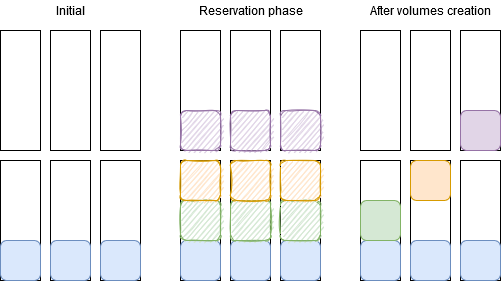
Earlier version of the draw.io export docs/proposals/images/ACR_limitations.png (dell/csi-baremetal). Source tidied: cells renumbered, new cells last; positions are measured from the earlier drawing's top-left corner, leaving out a move shared by most shapes.
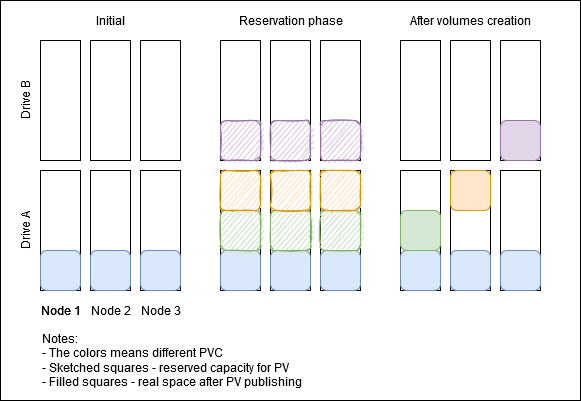
The same file after the commit.

What changed in the source:
```diff
@@ -2,6 +2,9 @@
   <root>
     <mxCell id="0" />
     <mxCell id="1" parent="0" />
+    <mxCell id="44" style="rounded=0;whiteSpace=wrap;html=1;" parent="1" vertex="1">
+      <mxGeometry x="-40" y="-10" width="580" height="400" as="geometry" />
+    </mxCell>
     <mxCell id="2" style="rounded=0;whiteSpace=wrap;html=1;" parent="1" vertex="1">
       <mxGeometry y="160" width="40" height="120" as="geometry" />
     </mxCell>
@@ -128,5 +131,26 @@
     <mxCell id="43" value="After volumes creation" style="text;html=1;align=center;verticalAlign=middle;strokeColor=none;" parent="1" vertex="1">
       <mxGeometry x="365" width="130" height="20" as="geometry" />
     </mxCell>
+    <mxCell id="45" value="&lt;div align=&quot;left&quot;&gt;Notes:&lt;/div&gt;&lt;div align=&quot;left&quot;&gt;- The colors means different PVC&lt;/div&gt;&lt;div align=&quot;left&quot;&gt;- Sketched squares - reserved capacity for PV&lt;/div&gt;&lt;div align=&quot;left&quot;&gt;- Filled squares - real space after PV publishing&lt;br&gt;&lt;/div&gt;" style="text;html=1;align=left;verticalAlign=middle;strokeColor=none;" parent="1" vertex="1">
+      <mxGeometry y="320" width="270" height="60" as="geometry" />
+    </mxCell>
+    <mxCell id="46" value="Drive A" style="text;html=1;align=center;verticalAlign=middle;strokeColor=none;rotation=-90;" parent="1" vertex="1">
+      <mxGeometry x="-40" y="210" width="50" height="20" as="geometry" />
+    </mxCell>
+    <mxCell id="47" value="&lt;div&gt;Drive B&lt;/div&gt;" style="text;html=1;align=center;verticalAlign=middle;strokeColor=none;rotation=-90;" parent="1" vertex="1">
+      <mxGeometry x="-40" y="80" width="50" height="20" as="geometry" />
+    </mxCell>
+    <mxCell id="48" value="Node 1" style="text;html=1;align=center;verticalAlign=middle;strokeColor=none;" parent="1" vertex="1">
+      <mxGeometry x="-5" y="290" width="50" height="20" as="geometry" />
+    </mxCell>
+    <mxCell id="49" value="Node 1" style="text;html=1;align=center;verticalAlign=middle;strokeColor=none;" parent="1" vertex="1">
+      <mxGeometry x="-5" y="290" width="50" height="20" as="geometry" />
+    </mxCell>
+    <mxCell id="50" value="Node 2" style="text;html=1;align=center;verticalAlign=middle;strokeColor=none;" parent="1" vertex="1">
+      <mxGeometry x="45" y="290" width="50" height="20" as="geometry" />
+    </mxCell>
+    <mxCell id="51" value="Node 3" style="text;html=1;align=center;verticalAlign=middle;strokeColor=none;" parent="1" vertex="1">
+      <mxGeometry x="95" y="290" width="50" height="20" as="geometry" />
+    </mxCell>
   </root>
 </mxGraphModel>
```
